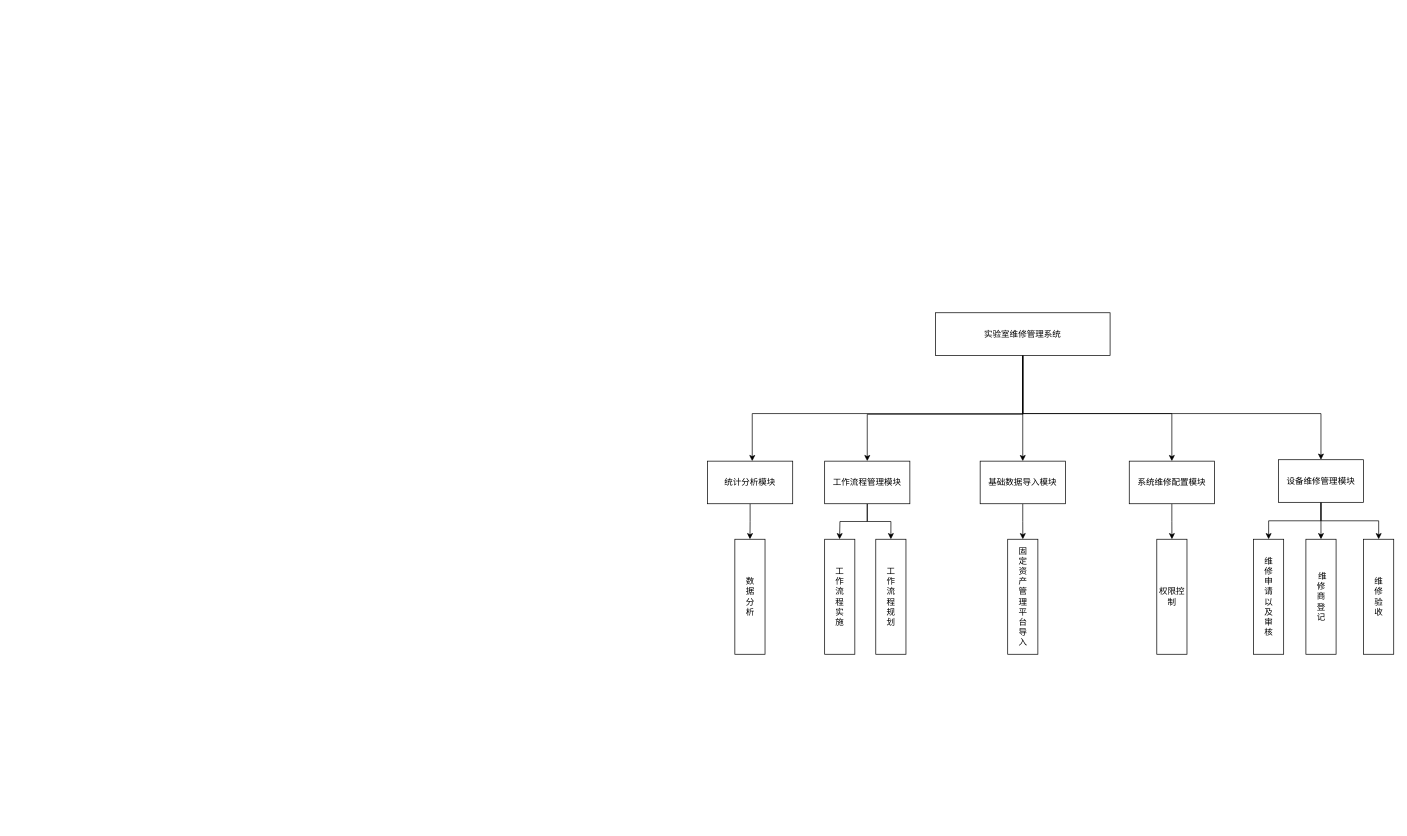
AdhereZ/graph keeps this draw.io diagram as 实验设备维修管理系统功能架构图.drawio. Above is the earlier version. Source tidied: cells renumbered, new cells numbered last; positions are measured from the earlier drawing's top-left corner, leaving out a move shared by most shapes. Both pictures are drawn from the tidied source at 71%, with x=0, y=0 at pixel (707, 312).
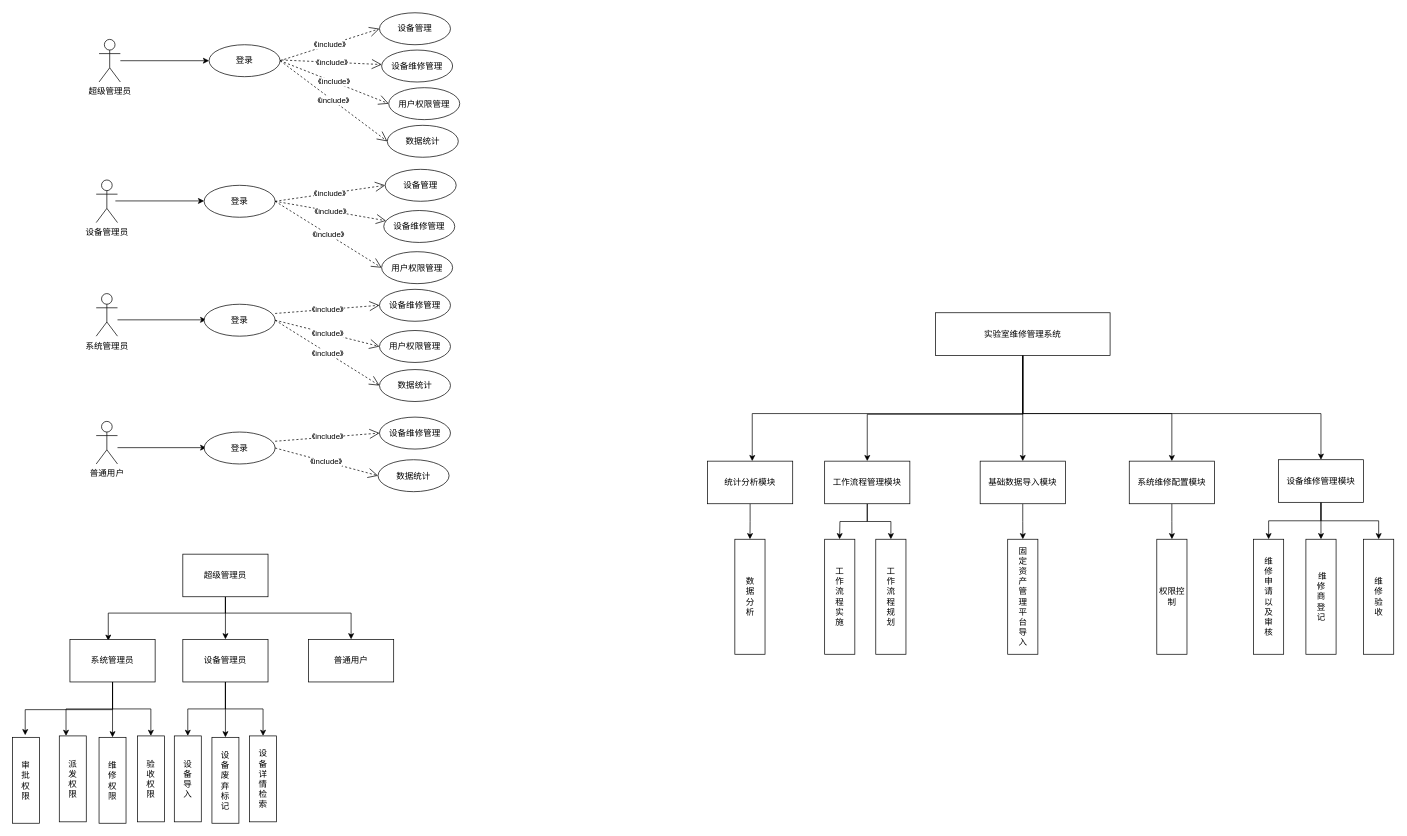
The same diagram, later.

Commit message:
更新实验设备维修管理系统功能架构图.drawio

Diff of the diagram source:
```diff
@@
+    <mxCell id="29" value="超级管理员" style="shape=umlActor;verticalLabelPosition=bottom;verticalAlign=top;html=1;outlineConnect=0;" parent="1" vertex="1">
+      <mxGeometry x="-857" y="-385" width="30" height="60" as="geometry" />
+    </mxCell>
+    <mxCell id="30" value="登录" style="ellipse;whiteSpace=wrap;html=1;" parent="1" vertex="1">
+      <mxGeometry x="-702" y="-377.5" width="100" height="45" as="geometry" />
+    </mxCell>
+    <mxCell id="31" value="设备管理" style="ellipse;whiteSpace=wrap;html=1;" parent="1" vertex="1">
+      <mxGeometry x="-462" y="-422.5" width="100" height="45" as="geometry" />
+    </mxCell>
+    <mxCell id="32" style="endArrow=classic;html=1;rounded=0;entryX=0;entryY=0.5;entryDx=0;entryDy=0;" parent="1" edge="1" source="29" target="30">
+      <mxGeometry relative="1" as="geometry" />
+    </mxCell>
+    <mxCell id="33" value="《include》" style="endArrow=open;endSize=12;dashed=1;html=1;rounded=0;exitX=1;exitY=0.5;exitDx=0;exitDy=0;entryX=0;entryY=0.5;entryDx=0;entryDy=0;" parent="1" edge="1" source="30" target="31">
+      <mxGeometry relative="1" as="geometry" />
+    </mxCell>
+    <mxCell id="34" value="设备维修管理" style="ellipse;whiteSpace=wrap;html=1;" parent="1" vertex="1">
+      <mxGeometry x="-459" y="-370" width="100" height="45" as="geometry" />
+    </mxCell>
+    <mxCell id="35" value="《include》" style="endArrow=open;endSize=12;dashed=1;html=1;rounded=0;" parent="1" edge="1" target="34">
+      <mxGeometry relative="1" as="geometry">
+        <mxPoint x="-600" y="-356" as="sourcePoint" />
+      </mxGeometry>
+    </mxCell>
+    <mxCell id="36" value="《include》" style="endArrow=open;endSize=12;dashed=1;html=1;rounded=0;exitX=1;exitY=0.5;exitDx=0;exitDy=0;entryX=0;entryY=0.5;entryDx=0;entryDy=0;" parent="1" edge="1" source="30" target="37">
+      <mxGeometry relative="1" as="geometry" />
+    </mxCell>
+    <mxCell id="37" value="用户权限管理" style="ellipse;whiteSpace=wrap;html=1;" parent="1" vertex="1">
+      <mxGeometry x="-449" y="-317" width="100" height="45" as="geometry" />
+    </mxCell>
+    <mxCell id="38" style="edgeStyle=orthogonalEdgeStyle;rounded=0;orthogonalLoop=1;jettySize=auto;html=1;exitX=0.5;exitY=1;exitDx=0;exitDy=0;" parent="1" edge="1" source="34" target="34">
+      <mxGeometry relative="1" as="geometry" />
+    </mxCell>
+    <mxCell id="39" value="数据统计" style="ellipse;whiteSpace=wrap;html=1;" parent="1" vertex="1">
+      <mxGeometry x="-451" y="-264" width="100" height="45" as="geometry" />
+    </mxCell>
+    <mxCell id="40" value="《include》" style="endArrow=open;endSize=12;dashed=1;html=1;rounded=0;exitX=1;exitY=0.5;exitDx=0;exitDy=0;entryX=0;entryY=0.5;entryDx=0;entryDy=0;" parent="1" edge="1" source="30" target="39">
+      <mxGeometry relative="1" as="geometry" />
+    </mxCell>
+    <mxCell id="41" value="设备管理员" style="shape=umlActor;verticalLabelPosition=bottom;verticalAlign=top;html=1;" parent="1" vertex="1">
+      <mxGeometry x="-861" y="-187" width="30" height="60" as="geometry" />
+    </mxCell>
+    <mxCell id="42" style="edgeStyle=orthogonalEdgeStyle;rounded=0;orthogonalLoop=1;jettySize=auto;html=1;exitX=0.5;exitY=1;exitDx=0;exitDy=0;" parent="1" edge="1" source="39" target="39">
+      <mxGeometry relative="1" as="geometry" />
+    </mxCell>
+    <mxCell id="43" value="系统管理员" style="shape=umlActor;verticalLabelPosition=bottom;verticalAlign=top;html=1;" parent="1" vertex="1">
+      <mxGeometry x="-861" y="-27" width="30" height="60" as="geometry" />
+    </mxCell>
+    <mxCell id="44" value="登录" style="ellipse;whiteSpace=wrap;html=1;" parent="1" vertex="1">
+      <mxGeometry x="-709" y="-179.5" width="100" height="45" as="geometry" />
+    </mxCell>
+    <mxCell id="45" style="endArrow=classic;html=1;rounded=0;entryX=0;entryY=0.5;entryDx=0;entryDy=0;" parent="1" edge="1">
+      <mxGeometry relative="1" as="geometry">
+        <mxPoint x="-834" y="-157.5" as="sourcePoint" />
+        <mxPoint x="-709" y="-157.5" as="targetPoint" />
+      </mxGeometry>
+    </mxCell>
+    <mxCell id="46" value="设备管理" style="ellipse;whiteSpace=wrap;html=1;" parent="1" vertex="1">
+      <mxGeometry x="-454" y="-202" width="100" height="45" as="geometry" />
+    </mxCell>
+    <mxCell id="47" value="《include》" style="endArrow=open;endSize=12;dashed=1;html=1;rounded=0;exitX=1;exitY=0.5;exitDx=0;exitDy=0;entryX=0;entryY=0.5;entryDx=0;entryDy=0;" parent="1" edge="1" source="44" target="46">
+      <mxGeometry relative="1" as="geometry" />
+    </mxCell>
+    <mxCell id="48" value="设备维修管理" style="ellipse;whiteSpace=wrap;html=1;" parent="1" vertex="1">
+      <mxGeometry x="-456" y="-144" width="100" height="45" as="geometry" />
+    </mxCell>
+    <mxCell id="49" value="《include》" style="endArrow=open;endSize=12;dashed=1;html=1;rounded=0;exitX=1;exitY=0.5;exitDx=0;exitDy=0;" parent="1" edge="1" source="44" target="48">
+      <mxGeometry relative="1" as="geometry" />
+    </mxCell>
+    <mxCell id="50" style="endArrow=classic;html=1;rounded=0;entryX=0;entryY=0.5;entryDx=0;entryDy=0;" parent="1" edge="1">
+      <mxGeometry relative="1" as="geometry">
+        <mxPoint x="-831" y="10" as="sourcePoint" />
+        <mxPoint x="-706" y="10" as="targetPoint" />
+      </mxGeometry>
+    </mxCell>
+    <mxCell id="51" value="登录" style="ellipse;whiteSpace=wrap;html=1;" parent="1" vertex="1">
+      <mxGeometry x="-709" y="-12" width="100" height="45" as="geometry" />
+    </mxCell>
+    <mxCell id="52" value="设备维修管理" style="ellipse;whiteSpace=wrap;html=1;" parent="1" vertex="1">
+      <mxGeometry x="-462" y="-33" width="100" height="45" as="geometry" />
+    </mxCell>
+    <mxCell id="53" value="用户权限管理" style="ellipse;whiteSpace=wrap;html=1;" parent="1" vertex="1">
+      <mxGeometry x="-462" y="25" width="100" height="45" as="geometry" />
+    </mxCell>
+    <mxCell id="54" value="《include》" style="endArrow=open;endSize=12;dashed=1;html=1;rounded=0;exitX=1;exitY=0.289;exitDx=0;exitDy=0;entryX=0;entryY=0.5;entryDx=0;entryDy=0;exitPerimeter=0;" parent="1" edge="1" source="51" target="52">
+      <mxGeometry relative="1" as="geometry" />
+    </mxCell>
+    <mxCell id="55" value="《include》" style="endArrow=open;endSize=12;dashed=1;html=1;rounded=0;exitX=1;exitY=0.5;exitDx=0;exitDy=0;entryX=0;entryY=0.5;entryDx=0;entryDy=0;" parent="1" edge="1" source="51" target="53">
+      <mxGeometry relative="1" as="geometry" />
+    </mxCell>
+    <mxCell id="56" value="《include》" style="endArrow=open;endSize=12;dashed=1;html=1;rounded=0;exitX=1;exitY=0.5;exitDx=0;exitDy=0;entryX=0;entryY=0.5;entryDx=0;entryDy=0;" parent="1" edge="1" source="51" target="57">
+      <mxGeometry relative="1" as="geometry" />
+    </mxCell>
+    <mxCell id="57" value="数据统计" style="ellipse;whiteSpace=wrap;html=1;" parent="1" vertex="1">
+      <mxGeometry x="-462" y="80" width="100" height="45" as="geometry" />
+    </mxCell>
+    <mxCell id="58" value="用户权限管理" style="ellipse;whiteSpace=wrap;html=1;" parent="1" vertex="1">
+      <mxGeometry x="-459" y="-86" width="100" height="45" as="geometry" />
+    </mxCell>
+    <mxCell id="59" value="《include》" style="endArrow=open;endSize=12;dashed=1;html=1;rounded=0;exitX=1;exitY=0.5;exitDx=0;exitDy=0;entryX=0;entryY=0.5;entryDx=0;entryDy=0;" parent="1" edge="1" source="44" target="58">
+      <mxGeometry relative="1" as="geometry" />
+    </mxCell>
+    <mxCell id="60" value="普通用户" style="shape=umlActor;verticalLabelPosition=bottom;verticalAlign=top;html=1;" parent="1" vertex="1">
+      <mxGeometry x="-861" y="153" width="30" height="60" as="geometry" />
+    </mxCell>
+    <mxCell id="61" style="endArrow=classic;html=1;rounded=0;entryX=0;entryY=0.5;entryDx=0;entryDy=0;" parent="1" edge="1">
+      <mxGeometry relative="1" as="geometry">
+        <mxPoint x="-831" y="190" as="sourcePoint" />
+        <mxPoint x="-706" y="190" as="targetPoint" />
+      </mxGeometry>
+    </mxCell>
+    <mxCell id="62" value="登录" style="ellipse;whiteSpace=wrap;html=1;" parent="1" vertex="1">
+      <mxGeometry x="-709" y="168" width="100" height="45" as="geometry" />
+    </mxCell>
+    <mxCell id="63" value="设备维修管理" style="ellipse;whiteSpace=wrap;html=1;" parent="1" vertex="1">
+      <mxGeometry x="-462" y="147" width="100" height="45" as="geometry" />
+    </mxCell>
+    <mxCell id="64" value="《include》" style="endArrow=open;endSize=12;dashed=1;html=1;rounded=0;exitX=1;exitY=0.289;exitDx=0;exitDy=0;entryX=0;entryY=0.5;entryDx=0;entryDy=0;exitPerimeter=0;" parent="1" edge="1" source="62" target="63">
+      <mxGeometry relative="1" as="geometry" />
+    </mxCell>
+    <mxCell id="65" value="《include》" style="endArrow=open;endSize=12;dashed=1;html=1;rounded=0;exitX=1;exitY=0.5;exitDx=0;exitDy=0;entryX=0;entryY=0.5;entryDx=0;entryDy=0;" parent="1" edge="1" source="62" target="66">
+      <mxGeometry relative="1" as="geometry" />
+    </mxCell>
+    <mxCell id="66" value="数据统计" style="ellipse;whiteSpace=wrap;html=1;" parent="1" vertex="1">
+      <mxGeometry x="-464" y="207" width="100" height="45" as="geometry" />
+    </mxCell>
+    <mxCell id="67" style="edgeStyle=orthogonalEdgeStyle;rounded=0;jettySize=auto;html=1;entryX=0.45;entryY=0.033;entryDx=0;entryDy=0;entryPerimeter=0;" parent="1" edge="1" source="70" target="75">
+      <mxGeometry relative="1" as="geometry">
+        <Array as="points">
+          <mxPoint x="-679" y="423" />
+          <mxPoint x="-844" y="423" />
+        </Array>
+      </mxGeometry>
+    </mxCell>
+    <mxCell id="68" style="edgeStyle=orthogonalEdgeStyle;rounded=0;jettySize=auto;html=1;" parent="1" edge="1" source="70" target="79">
+      <mxGeometry relative="1" as="geometry" />
+    </mxCell>
+    <mxCell id="69" style="edgeStyle=orthogonalEdgeStyle;rounded=0;jettySize=auto;html=1;" parent="1" edge="1" source="70" target="80">
+      <mxGeometry relative="1" as="geometry">
+        <Array as="points">
+          <mxPoint x="-679" y="423" />
+          <mxPoint x="-502" y="423" />
+        </Array>
+      </mxGeometry>
+    </mxCell>
+    <mxCell id="70" value="超级管理员" style="rounded=0;whiteSpace=wrap;html=1;" parent="1" vertex="1">
+      <mxGeometry x="-739" y="340" width="120" height="60" as="geometry" />
+    </mxCell>
+    <mxCell id="71" style="edgeStyle=orthogonalEdgeStyle;rounded=0;jettySize=auto;html=1;" parent="1" edge="1" source="75">
+      <mxGeometry relative="1" as="geometry">
+        <mxPoint x="-961" y="595" as="targetPoint" />
+        <Array as="points">
+          <mxPoint x="-838" y="559" />
+          <mxPoint x="-961" y="559" />
+        </Array>
+      </mxGeometry>
+    </mxCell>
+    <mxCell id="72" style="edgeStyle=orthogonalEdgeStyle;rounded=0;jettySize=auto;html=1;entryX=0;entryY=0.75;entryDx=0;entryDy=0;" parent="1" edge="1" source="75" target="82">
+      <mxGeometry relative="1" as="geometry" />
+    </mxCell>
+    <mxCell id="73" style="edgeStyle=orthogonalEdgeStyle;rounded=0;jettySize=auto;html=1;" parent="1" edge="1" source="75" target="81">
+      <mxGeometry relative="1" as="geometry" />
+    </mxCell>
+    <mxCell id="74" style="edgeStyle=orthogonalEdgeStyle;rounded=0;jettySize=auto;html=1;" parent="1" edge="1" source="75" target="84">
+      <mxGeometry relative="1" as="geometry" />
+    </mxCell>
+    <mxCell id="75" value="系统管理员" style="rounded=0;whiteSpace=wrap;html=1;" parent="1" vertex="1">
+      <mxGeometry x="-898" y="460" width="120" height="60" as="geometry" />
+    </mxCell>
+    <mxCell id="76" style="edgeStyle=orthogonalEdgeStyle;rounded=0;jettySize=auto;html=1;" parent="1" edge="1" source="79" target="86">
+      <mxGeometry relative="1" as="geometry" />
+    </mxCell>
+    <mxCell id="77" style="edgeStyle=orthogonalEdgeStyle;rounded=0;jettySize=auto;html=1;" parent="1" edge="1" source="79" target="85">
+      <mxGeometry relative="1" as="geometry" />
+    </mxCell>
+    <mxCell id="78" style="edgeStyle=orthogonalEdgeStyle;rounded=0;jettySize=auto;html=1;" parent="1" edge="1" source="79" target="87">
+      <mxGeometry relative="1" as="geometry" />
+    </mxCell>
+    <mxCell id="79" value="设备管理员" style="rounded=0;whiteSpace=wrap;html=1;" parent="1" vertex="1">
+      <mxGeometry x="-739" y="460" width="120" height="60" as="geometry" />
+    </mxCell>
+    <mxCell id="80" value="普通用户" style="rounded=0;whiteSpace=wrap;html=1;" parent="1" vertex="1">
+      <mxGeometry x="-562" y="460" width="120" height="60" as="geometry" />
+    </mxCell>
+    <mxCell id="81" value="维&lt;br&gt;修&lt;br&gt;权&lt;br&gt;限" style="rounded=0;whiteSpace=wrap;html=1;direction=south;" parent="1" vertex="1">
+      <mxGeometry x="-857" y="598" width="38" height="121" as="geometry" />
+    </mxCell>
+    <mxCell id="82" value="派&lt;br&gt;发&lt;br&gt;权&lt;br&gt;限" style="rounded=0;whiteSpace=wrap;html=1;direction=south;" parent="1" vertex="1">
+      <mxGeometry x="-913" y="596" width="38" height="121" as="geometry" />
+    </mxCell>
+    <mxCell id="83" value="审&lt;br&gt;批&lt;br&gt;权&lt;br&gt;限" style="rounded=0;whiteSpace=wrap;html=1;direction=south;" parent="1" vertex="1">
+      <mxGeometry x="-979" y="598" width="38" height="121" as="geometry" />
+    </mxCell>
+    <mxCell id="84" value="验&lt;br&gt;收&lt;br&gt;权&lt;br&gt;限" style="rounded=0;whiteSpace=wrap;html=1;direction=south;" parent="1" vertex="1">
+      <mxGeometry x="-803" y="596" width="38" height="121" as="geometry" />
+    </mxCell>
+    <mxCell id="85" value="设&lt;br&gt;备&lt;br&gt;废&lt;br&gt;弃&lt;br&gt;标&lt;br&gt;记" style="rounded=0;whiteSpace=wrap;html=1;direction=south;" parent="1" vertex="1">
+      <mxGeometry x="-698" y="598" width="38" height="121" as="geometry" />
+    </mxCell>
+    <mxCell id="86" value="设&lt;br&gt;备&lt;br&gt;导&lt;br&gt;入" style="rounded=0;whiteSpace=wrap;html=1;direction=south;" parent="1" vertex="1">
+      <mxGeometry x="-751" y="596" width="38" height="121" as="geometry" />
+    </mxCell>
+    <mxCell id="87" value="设&lt;br&gt;备&lt;br&gt;详&lt;br&gt;情&lt;br&gt;检&lt;br&gt;索" style="rounded=0;whiteSpace=wrap;html=1;direction=south;" parent="1" vertex="1">
+      <mxGeometry x="-645" y="596" width="38" height="121" as="geometry" />
+    </mxCell>
```
